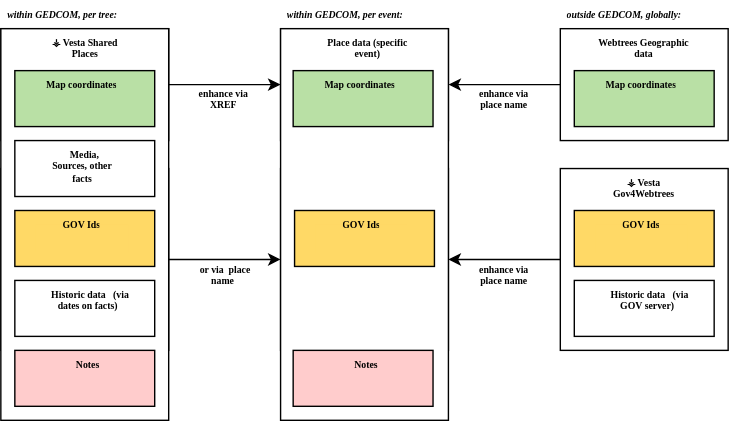
The draw.io diagram docs/LocationData.svg in vesta-webtrees-2-custom-modules/vesta_common, before a commit. Source tidied: cells renumbered, new cells last; positions are measured from the earlier drawing's top-left corner, leaving out a move shared by most shapes.
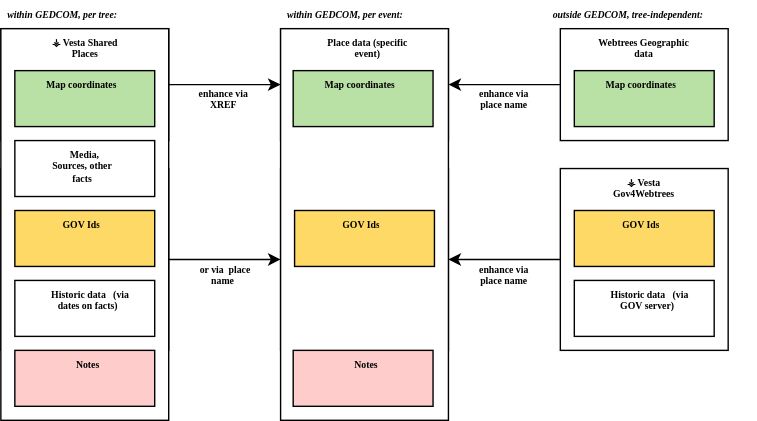
The same file after the commit.

What changed in the source:
```diff
@@ -131,8 +131,8 @@
     <mxCell id="44" value="&lt;p style=&quot;font-size: 7px&quot; align=&quot;left&quot;&gt;&lt;i&gt;&lt;font style=&quot;font-size: 7px&quot; face=&quot;Georgia&quot;&gt;&lt;b&gt;&lt;font style=&quot;font-size: 7px&quot;&gt;&lt;font style=&quot;font-size: 7px&quot;&gt;within GEDCOM, per event:&lt;/font&gt;&lt;/font&gt;&lt;/b&gt;&lt;/font&gt;&lt;/i&gt;&lt;/p&gt;" style="text;html=1;strokeColor=none;fillColor=none;spacing=5;spacingTop=-20;whiteSpace=wrap;overflow=hidden;rounded=0;align=left;" parent="1" vertex="1">
       <mxGeometry x="200" width="120" height="10" as="geometry" />
     </mxCell>
-    <mxCell id="45" value="&lt;p style=&quot;font-size: 7px&quot; align=&quot;left&quot;&gt;&lt;i&gt;&lt;font style=&quot;font-size: 7px&quot; face=&quot;Georgia&quot;&gt;&lt;b&gt;&lt;font style=&quot;font-size: 7px&quot;&gt;&lt;font style=&quot;font-size: 7px&quot;&gt;outside GEDCOM, globally:&lt;/font&gt;&lt;/font&gt;&lt;/b&gt;&lt;/font&gt;&lt;/i&gt;&lt;/p&gt;" style="text;html=1;strokeColor=none;fillColor=none;spacing=5;spacingTop=-20;whiteSpace=wrap;overflow=hidden;rounded=0;align=left;" parent="1" vertex="1">
-      <mxGeometry x="400" width="120" height="10" as="geometry" />
+    <mxCell id="45" value="&lt;p style=&quot;font-size: 7px&quot; align=&quot;left&quot;&gt;&lt;i&gt;&lt;font style=&quot;font-size: 7px&quot; face=&quot;Georgia&quot;&gt;&lt;b&gt;&lt;font style=&quot;font-size: 7px&quot;&gt;&lt;font style=&quot;font-size: 7px&quot;&gt;outside GEDCOM, tree-independent:&lt;/font&gt;&lt;/font&gt;&lt;/b&gt;&lt;/font&gt;&lt;/i&gt;&lt;/p&gt;" style="text;html=1;strokeColor=none;fillColor=none;spacing=5;spacingTop=-20;whiteSpace=wrap;overflow=hidden;rounded=0;align=left;" parent="1" vertex="1">
+      <mxGeometry x="390" width="150" height="10" as="geometry" />
     </mxCell>
     <mxCell id="46" value="&lt;p style=&quot;font-size: 7px&quot; align=&quot;center&quot;&gt;&lt;font style=&quot;font-size: 7px&quot; face=&quot;Georgia&quot;&gt;&lt;b&gt;&lt;font style=&quot;font-size: 7px&quot;&gt;&lt;font style=&quot;font-size: 7px&quot;&gt;enhance via place name&lt;/font&gt;&lt;/font&gt;&lt;/b&gt;&lt;/font&gt;&lt;/p&gt;" style="text;html=1;strokeColor=none;fillColor=none;spacing=5;spacingTop=-20;whiteSpace=wrap;overflow=hidden;rounded=0;align=center;" parent="1" vertex="1">
       <mxGeometry x="335" y="182" width="50" height="24" as="geometry" />
```
